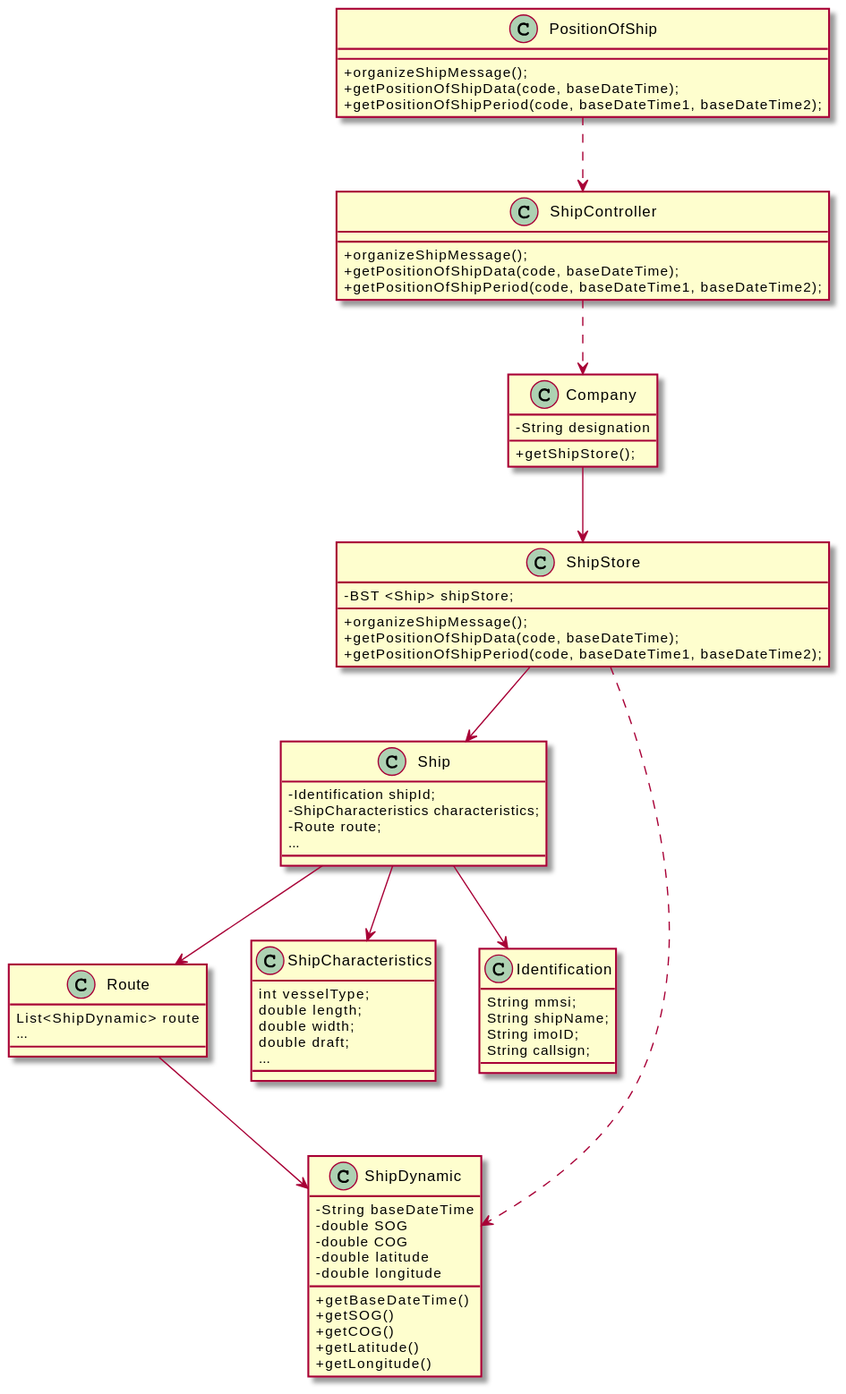
RuiRioPina/CargoMaster keeps this PlantUML diagram as docs/US103/US103_CD.svg. Above is the earlier version.
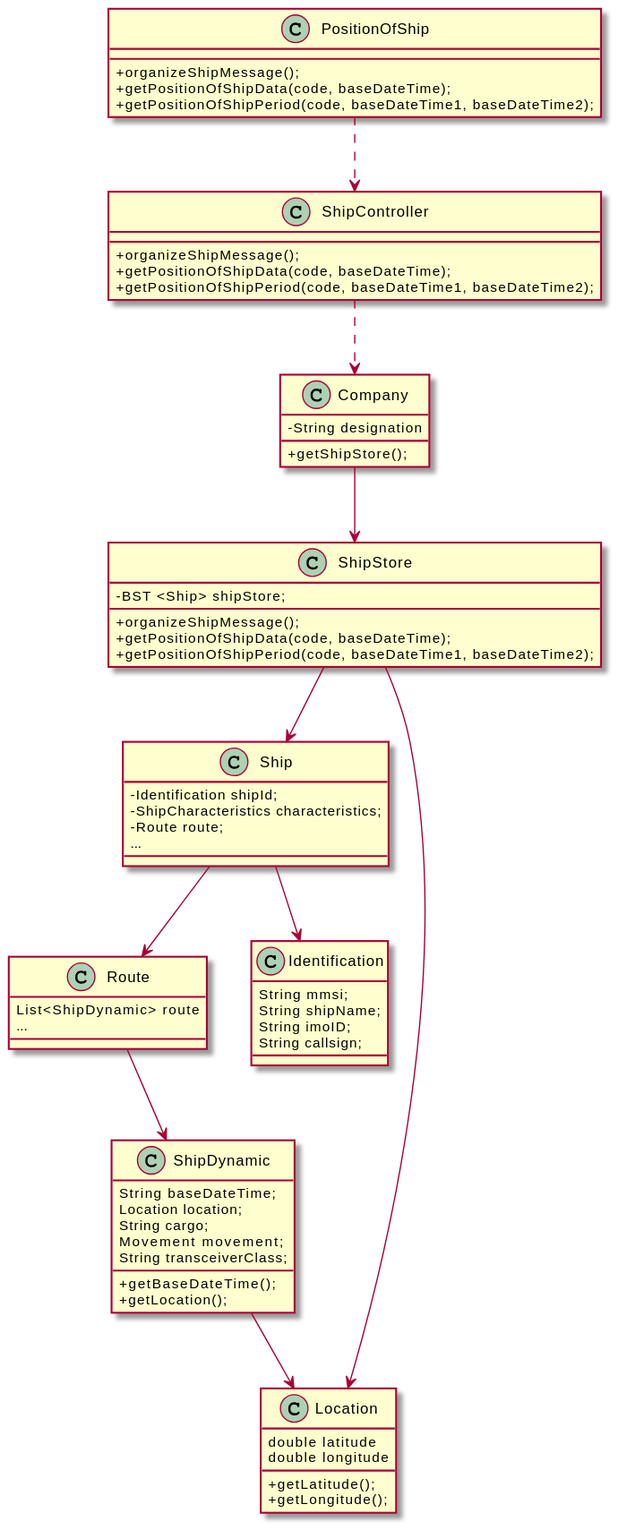
After the commit.

Commit message:
<G76-42>  #comment US103 design update

What changed in the source:
```diff
@@ -37,13 +37,6 @@
 ...
 }
 
-class ShipCharacteristics {
-int vesselType;
-double length;
-double width;
-double draft;
-...
-}
 class Identification {
 String mmsi;
 String shipName;
@@ -51,25 +44,29 @@
 String callsign;
 }
 class ShipDynamic {
--String baseDateTime
--double SOG
--double COG
--double latitude
--double longitude
-+getBaseDateTime()
-+getSOG()
-+getCOG()
-+getLatitude()
-+getLongitude()
+String baseDateTime;
+Location location;
+String cargo;
+Movement movement;
+String transceiverClass;
++getBaseDateTime();
++getLocation();
+}
+class Location {
+double latitude
+double longitude
++getLatitude();
++getLongitude();
+
 }
 PositionOfShip ..> ShipController
 ShipController ..> Company
 Company --> ShipStore
-ShipStore --> Ship
+ShipStore --> Location
 Ship --> Route
 Route --> ShipDynamic
-Ship -->ShipCharacteristics
 Ship --> Identification
+ShipDynamic --> Location
 
-ShipStore ..> ShipDynamic
+ShipStore --> Ship
 @enduml
```
